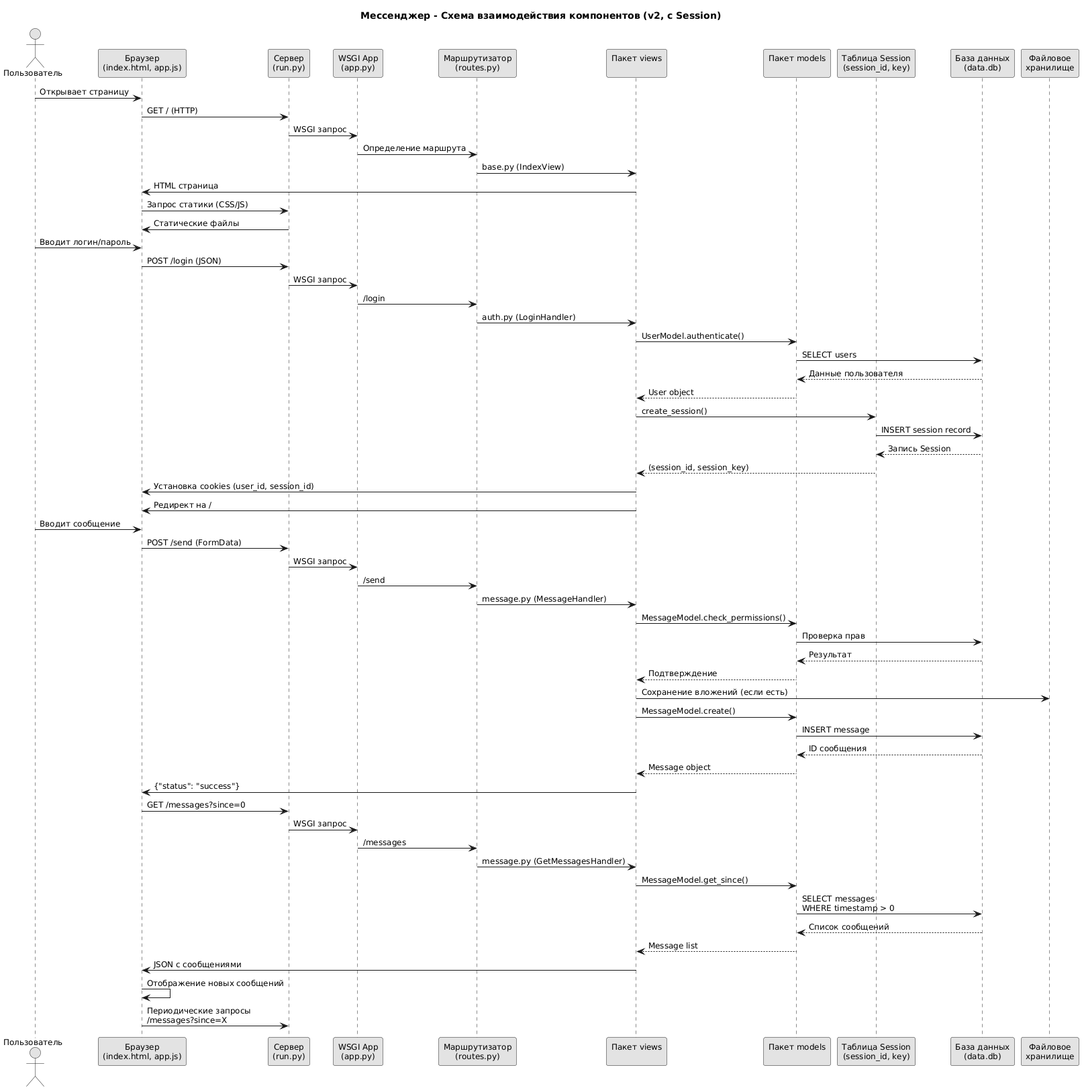
This is Diplom/images/Диаграмма последовательности.png from Intelligent-95/DOC_diplom, a PlantUML export, as it was before one commit.
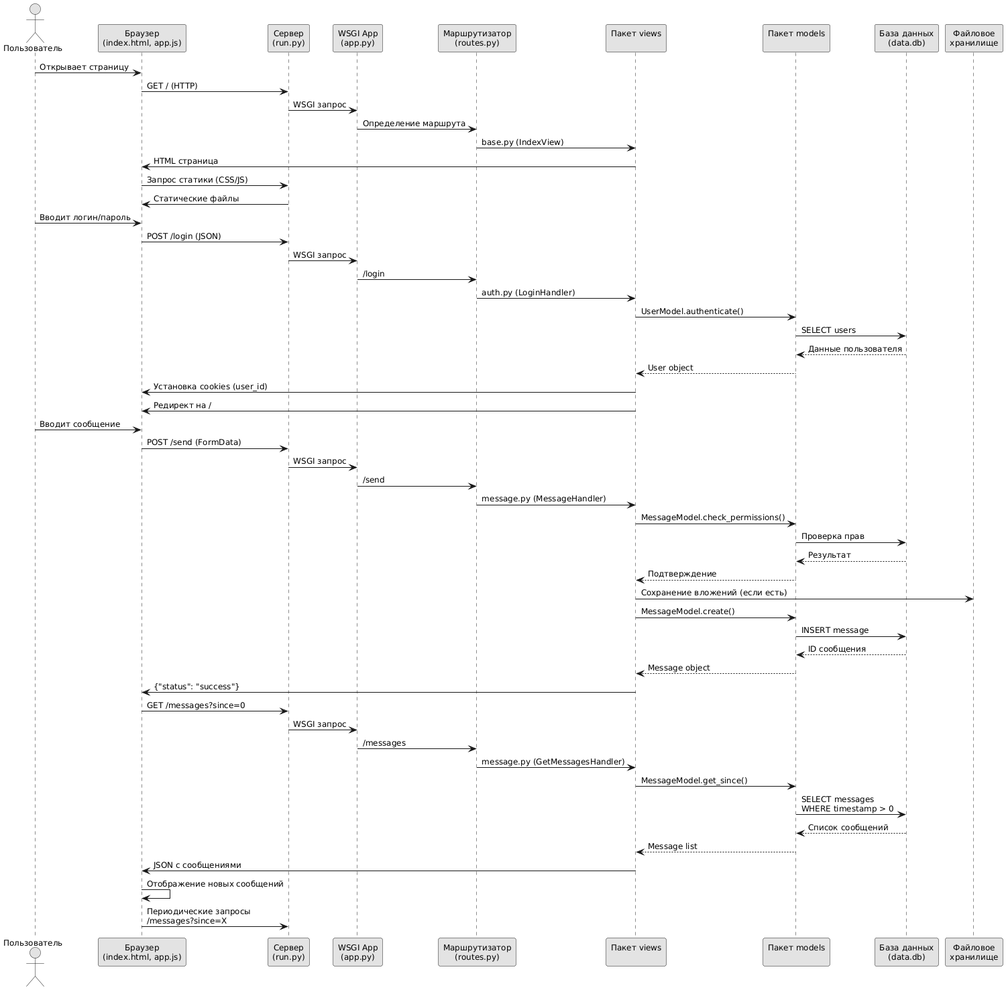
Above is the later version.

Commit message:
Исправил диаграмму убрав заголовок

Change to the diagram source:
```diff
@@ -1,6 +1,4 @@
 @startuml
-title Мессенджер - Схема взаимодействия компонентов (v2, с Session)
-
 skinparam monochrome true
 skinparam responseMessageBelowArrow true
 skinparam defaultFontName Arial
@@ -13,7 +11,6 @@
 participant "Маршрутизатор\n(routes.py)" as router
 participant "Пакет views\n" as views
 participant "Пакет models\n" as models
-participant "Таблица Session\n(session_id, key)" as session
 participant "База данных\n(data.db)" as db
 participant "Файловое\nхранилище" as storage
 
@@ -35,13 +32,7 @@
 models -> db: SELECT users
 db --> models: Данные пользователя
 models --> views: User object
-
-views -> session: create_session()
-session -> db: INSERT session record
-db --> session: Запись Session
-session --> views: (session_id, session_key)
-
-views -> browser: Установка cookies (user_id, session_id)
+views -> browser: Установка cookies (user_id)
 views -> browser: Редирект на /
 
 user -> browser: Вводит сообщение
```
